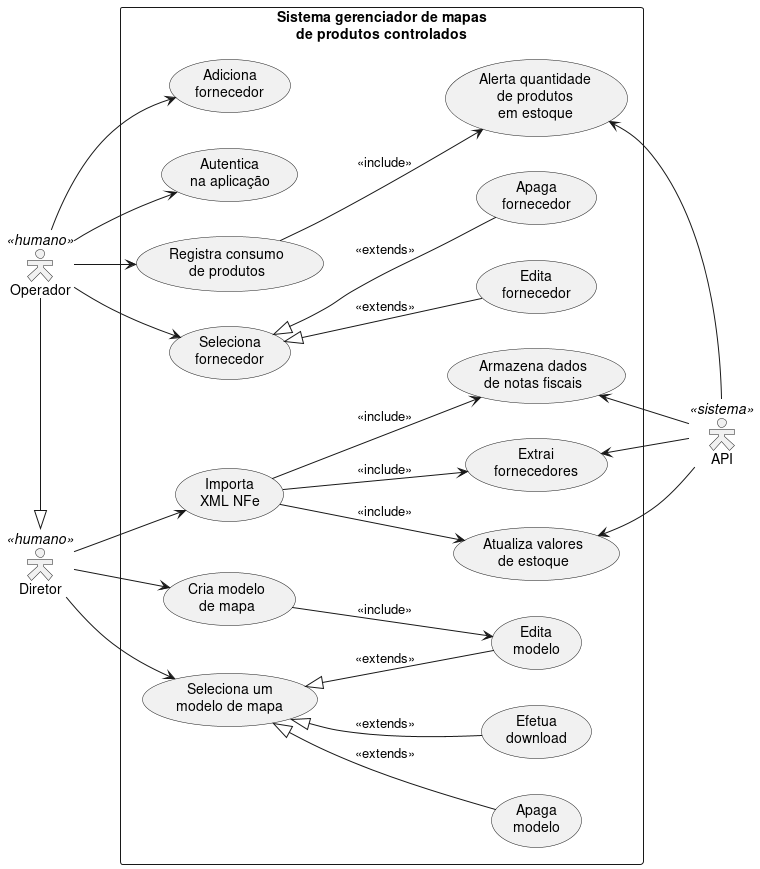
Above: out/controlled_map_generator_use_case_diagram/controlled_map_generator_use_case_diagram.png in fatec-newpath/mapa-produtos-controlados (PlantUML), before the change.
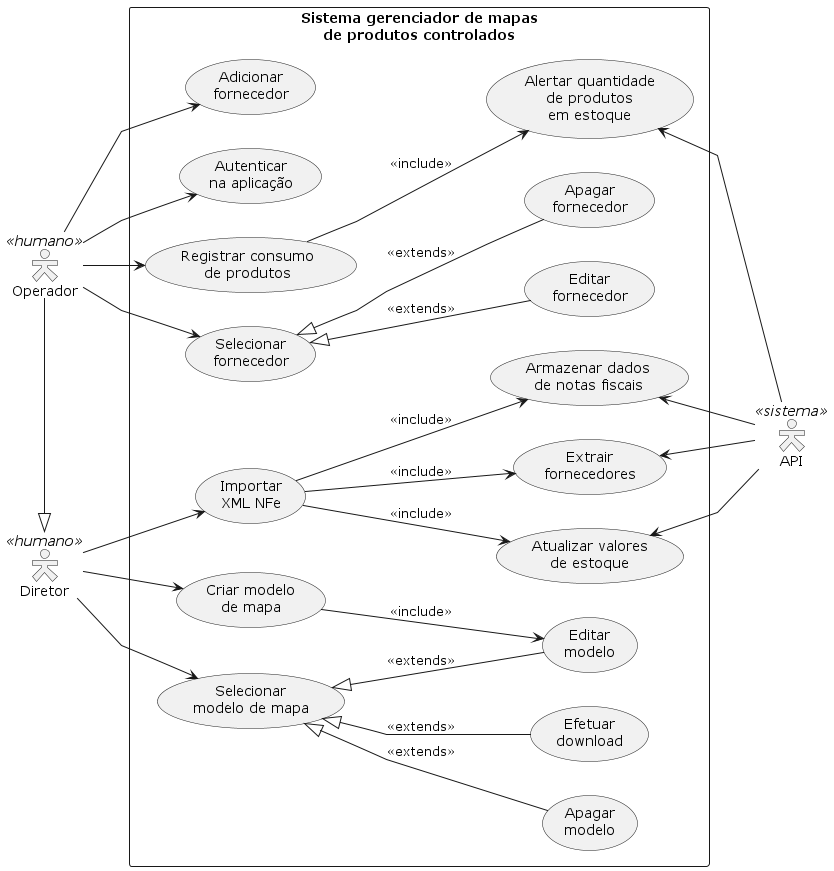
The same diagram one commit later.

The edit, as a diff of the source:
```diff
@@ -2,6 +2,7 @@
 left to right direction
 skinparam packageStyle rect
 skinparam actorStyle hollow
+skinparam linetype polyline
 
 actor Diretor <<humano>>
 actor Operador <<humano>>
@@ -10,22 +11,22 @@
 Diretor <|-left- Operador
 
 package "Sistema gerenciador de mapas\nde produtos controlados" {
-    usecase "Cria modelo\nde mapa" as UC1
-    usecase "Edita\nmodelo" as UC2
-    usecase "Apaga\nmodelo" as UC3
-    usecase "Seleciona um\nmodelo de mapa" as UC4
-    usecase "Efetua\ndownload" as UC5
-    usecase "Armazena dados\nde notas fiscais" as UC7
-    usecase "Atualiza valores\nde estoque" as UC8
-    usecase "Extrai\nfornecedores" as UC9
-    usecase "Importa\nXML NFe" as UC10
-    usecase "Registra consumo\nde produtos" as UC11
-    usecase "Edita\nfornecedor" as UC12
-    usecase "Apaga\nfornecedor" as UC13
-    usecase "Seleciona\nfornecedor" as UC14
-    usecase "Adiciona\nfornecedor" as UC15
-    usecase "Autentica\nna aplicação" as UC16
-    usecase "Alerta quantidade\nde produtos\nem estoque" as UC17
+    usecase "Criar modelo\nde mapa" as UC1
+    usecase "Editar\nmodelo" as UC2
+    usecase "Apagar\nmodelo" as UC3
+    usecase "Selecionar\nmodelo de mapa" as UC4
+    usecase "Efetuar\ndownload" as UC5
+    usecase "Armazenar dados\nde notas fiscais" as UC7
+    usecase "Atualizar valores\nde estoque" as UC8
+    usecase "Extrair\nfornecedores" as UC9
+    usecase "Importar\nXML NFe" as UC10
+    usecase "Registrar consumo\nde produtos" as UC11
+    usecase "Editar\nfornecedor" as UC12
+    usecase "Apagar\nfornecedor" as UC13
+    usecase "Selecionar\nfornecedor" as UC14
+    usecase "Adicionar\nfornecedor" as UC15
+    usecase "Autenticar\nna aplicação" as UC16
+    usecase "Alertar quantidade\nde produtos\nem estoque" as UC17
 }
 
 Diretor --> UC1
```
